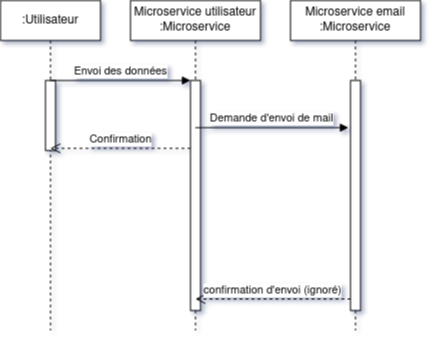
Before: images/q3_sequence.png, a diagram exported from draw.io (WoodenMaiden/rapport_polycode). Source tidied: cells renumbered, new cells last; positions are measured from the earlier drawing's top-left corner, leaving out a move shared by most shapes.
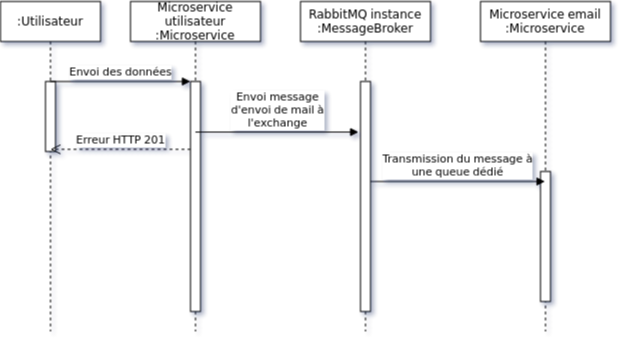
After the change.

What changed in the source:
```diff
@@ -15,10 +15,10 @@
       <mxGeometry x="60" y="80" width="10" height="230" as="geometry" />
     </mxCell>
     <mxCell id="6" value="&lt;div&gt;Microservice email&lt;/div&gt;&lt;div&gt;:Microservice&lt;/div&gt;" style="shape=umlLifeline;perimeter=lifelinePerimeter;whiteSpace=wrap;html=1;outlineConnect=0;" parent="1" vertex="1">
-      <mxGeometry x="290" width="130" height="330" as="geometry" />
+      <mxGeometry x="480" width="130" height="330" as="geometry" />
     </mxCell>
     <mxCell id="7" style="html=1;points=[];perimeter=orthogonalPerimeter;" parent="6" vertex="1">
-      <mxGeometry x="60" y="80" width="10" height="230" as="geometry" />
+      <mxGeometry x="60" y="170" width="10" height="130" as="geometry" />
     </mxCell>
     <mxCell id="8" value="Envoi des données" style="html=1;verticalAlign=bottom;endArrow=block;rounded=0;" parent="1" edge="1">
       <mxGeometry relative="1" as="geometry">
@@ -26,14 +26,24 @@
         <mxPoint x="190" y="80" as="targetPoint" />
       </mxGeometry>
     </mxCell>
-    <mxCell id="9" value="Confirmation" style="html=1;verticalAlign=bottom;endArrow=open;dashed=1;endSize=8;exitX=0.003;exitY=0.295;rounded=0;exitDx=0;exitDy=0;exitPerimeter=0;" parent="1" edge="1" source="5" target="2">
+    <mxCell id="9" value="&lt;div&gt;Erreur HTTP 201&lt;/div&gt;" style="html=1;verticalAlign=bottom;endArrow=open;dashed=1;endSize=8;exitX=0.003;exitY=0.295;rounded=0;exitDx=0;exitDy=0;exitPerimeter=0;" parent="1" edge="1" source="5" target="2">
       <mxGeometry relative="1" as="geometry" />
     </mxCell>
-    <mxCell id="10" value="confirmation d'envoi (ignoré)" style="html=1;verticalAlign=bottom;endArrow=open;dashed=1;endSize=8;exitX=0;exitY=0.95;rounded=0;" parent="1" edge="1" source="7" target="4">
-      <mxGeometry relative="1" as="geometry" />
-    </mxCell>
-    <mxCell id="11" value="Demande d'envoi de mail" style="html=1;verticalAlign=bottom;endArrow=block;entryX=-0.203;entryY=0.205;rounded=0;entryDx=0;entryDy=0;entryPerimeter=0;" parent="1" edge="1" source="4" target="7">
+    <mxCell id="11" value="Envoi message&lt;br&gt; d'envoi de mail à &lt;br&gt;l'exchange" style="html=1;verticalAlign=bottom;endArrow=block;rounded=0;entryX=-0.186;entryY=0.22;entryDx=0;entryDy=0;entryPerimeter=0;" parent="1" edge="1" source="4" target="13">
       <mxGeometry relative="1" as="geometry" />
     </mxCell>
+    <mxCell id="12" value="&lt;div&gt;RabbitMQ instance&lt;br&gt;&lt;/div&gt;&lt;div&gt;:MessageBroker&lt;/div&gt;" style="shape=umlLifeline;perimeter=lifelinePerimeter;whiteSpace=wrap;html=1;" parent="1" vertex="1">
+      <mxGeometry x="300" width="130" height="330" as="geometry" />
+    </mxCell>
+    <mxCell id="13" style="html=1;points=[];perimeter=orthogonalPerimeter;" parent="12" vertex="1">
+      <mxGeometry x="60" y="80" width="10" height="230" as="geometry" />
+    </mxCell>
+    <mxCell id="14" value="Transmission du message à&lt;br&gt;une queue dédié" style="html=1;verticalAlign=bottom;endArrow=block;rounded=0;" parent="1" edge="1" source="13" target="6">
+      <mxGeometry relative="1" as="geometry">
+        <Array as="points">
+          <mxPoint x="460" y="180" />
+        </Array>
+      </mxGeometry>
+    </mxCell>
   </root>
 </mxGraphModel>
```
